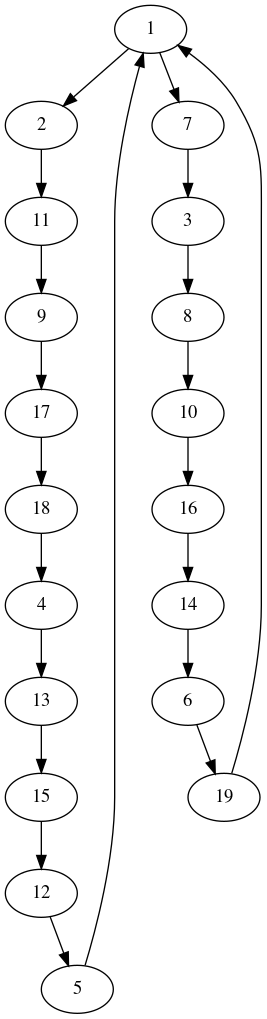
Earlier version of the Graphviz export cvrp.png (Qdake/Operationnelle_Recherche_CVRP_problem). Its source is kept beside it as cvrp.dot.
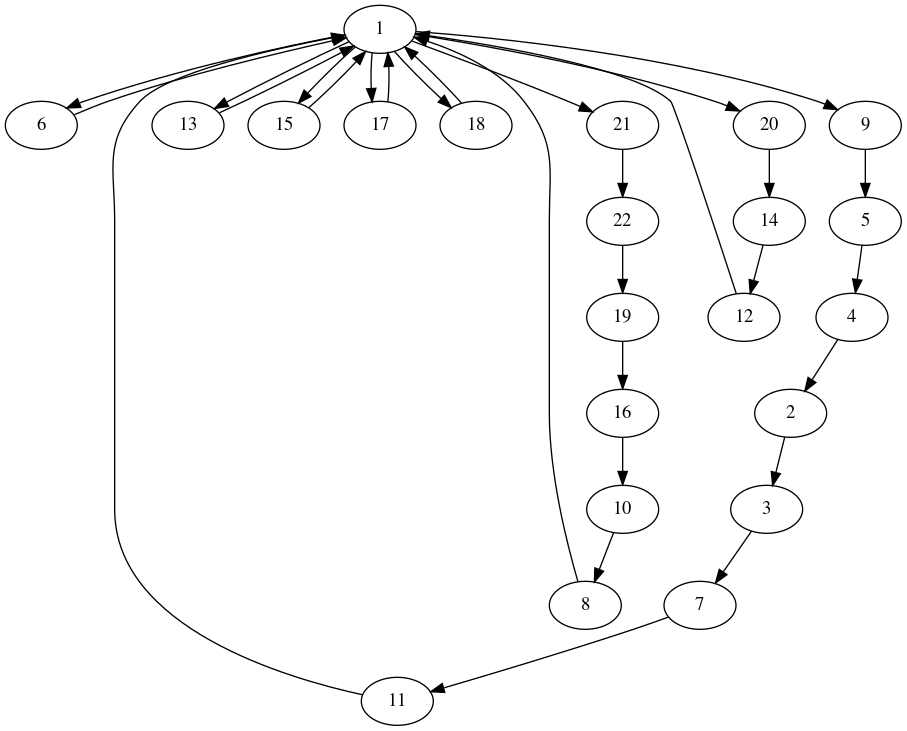
After the change.

What changed in the source:
```diff
@@ -18,4 +18,7 @@
 17;
 18;
 19;
-1->2;1->7;2->11;3->8;4->13;5->1;6->19;7->3;8->10;9->17;10->16;11->9;12->5;13->15;14->6;15->12;16->14;17->18;18->4;19->1;}
+20;
+21;
+22;
+1->6;1->9;1->13;1->15;1->17;1->18;1->20;1->21;2->3;3->7;4->2;5->4;6->1;7->11;8->1;9->5;10->8;11->1;12->1;13->1;14->12;15->1;16->10;17->1;18->1;19->16;20->14;21->22;22->19;}
```
